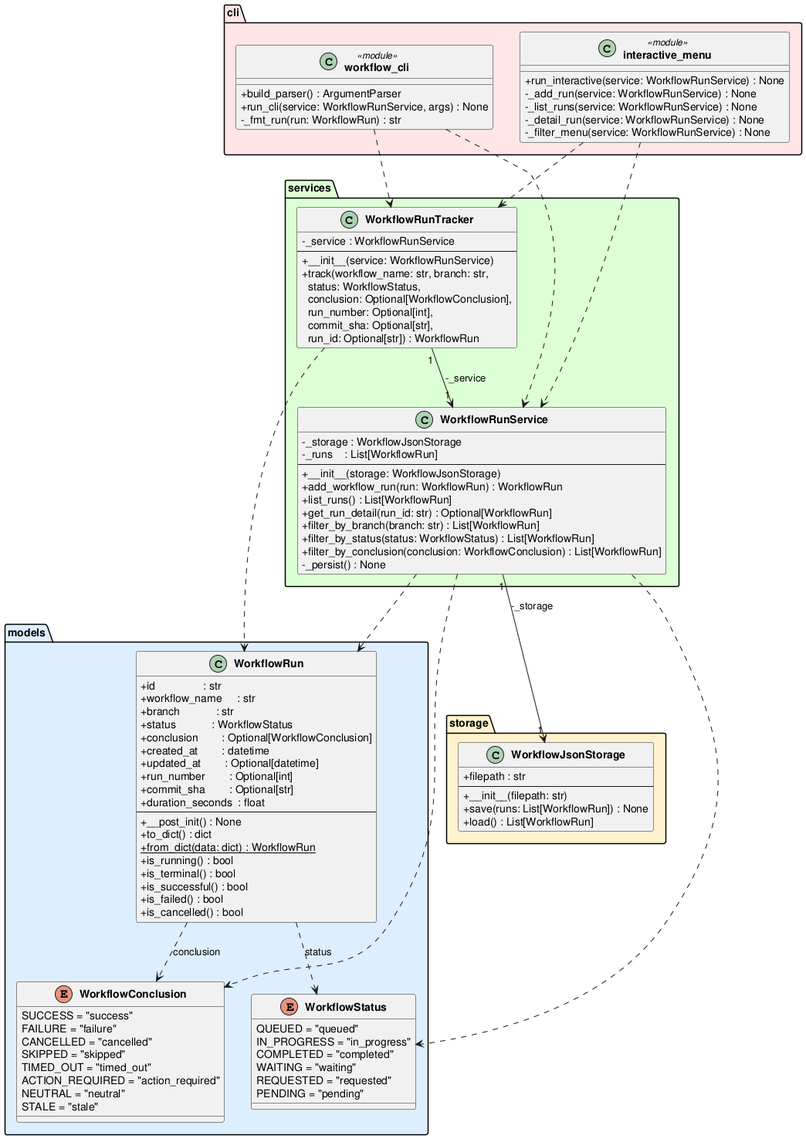
Earlier version of the PlantUML export experiments/pipeline/test_driven/github-workflow-manager/artifacts/class_diagram.png (DanielRiha8906/Software_autoevolution_using_agents).
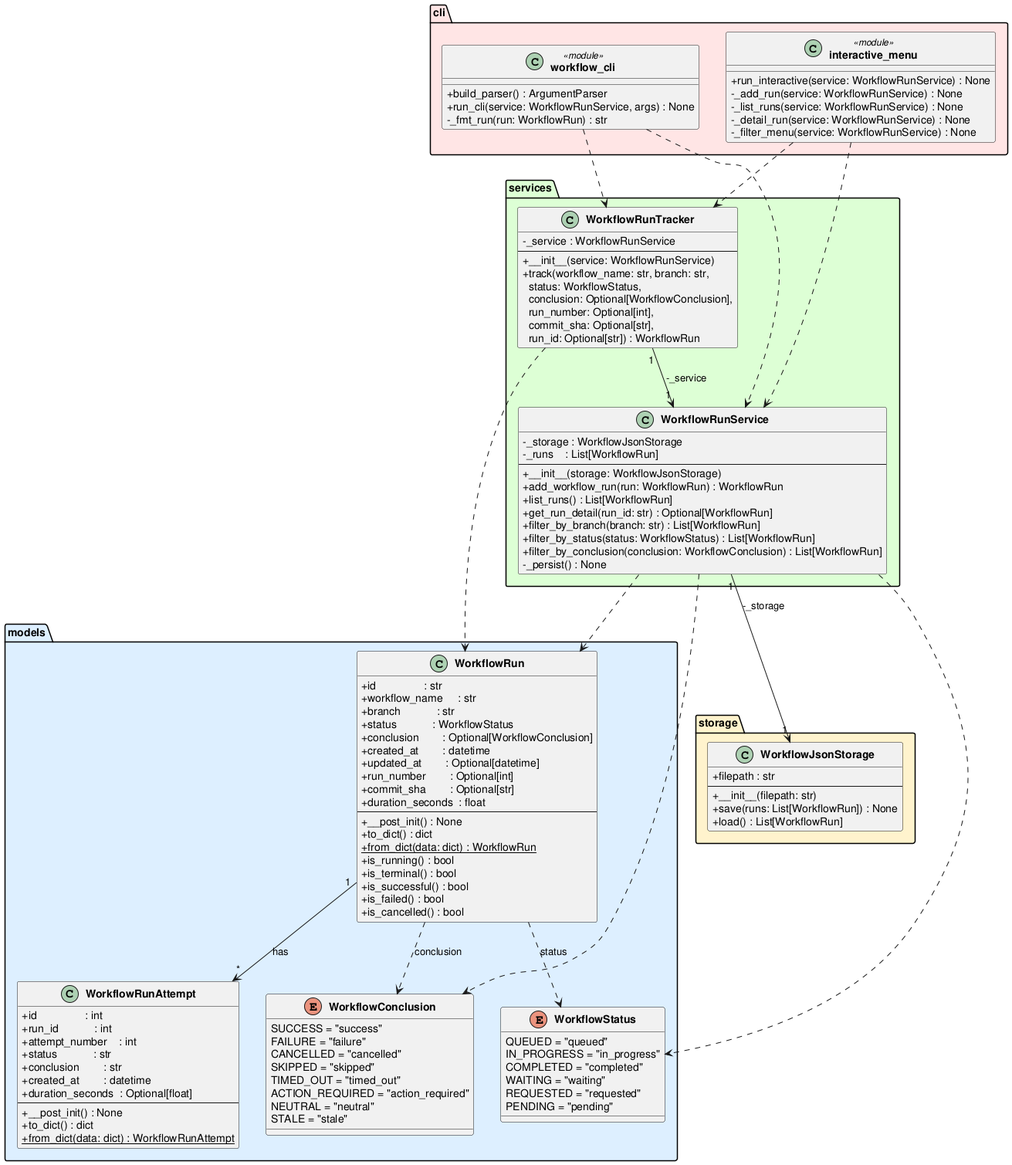
Above is the later version.

What changed in the source:
```diff
@@ -44,6 +44,20 @@
         +is_successful() : bool
         +is_failed() : bool
         +is_cancelled() : bool
+    }
+
+    class WorkflowRunAttempt {
+        +id                : int
+        +run_id            : int
+        +attempt_number    : int
+        +status            : str
+        +conclusion        : str
+        +created_at        : datetime
+        +duration_seconds  : Optional[float]
+        --
+        +__post_init() : None
+        +to_dict() : dict
+        +{static} from_dict(data: dict) : WorkflowRunAttempt
     }
 }
 
@@ -96,6 +110,7 @@
     }
 }
 
+WorkflowRun             "1" --> "*" WorkflowRunAttempt : has
 WorkflowRun                ..>  WorkflowStatus        : status
 WorkflowRun                ..>  WorkflowConclusion    : conclusion
 WorkflowRunService    "1" --> "1" WorkflowJsonStorage : -_storage
```
